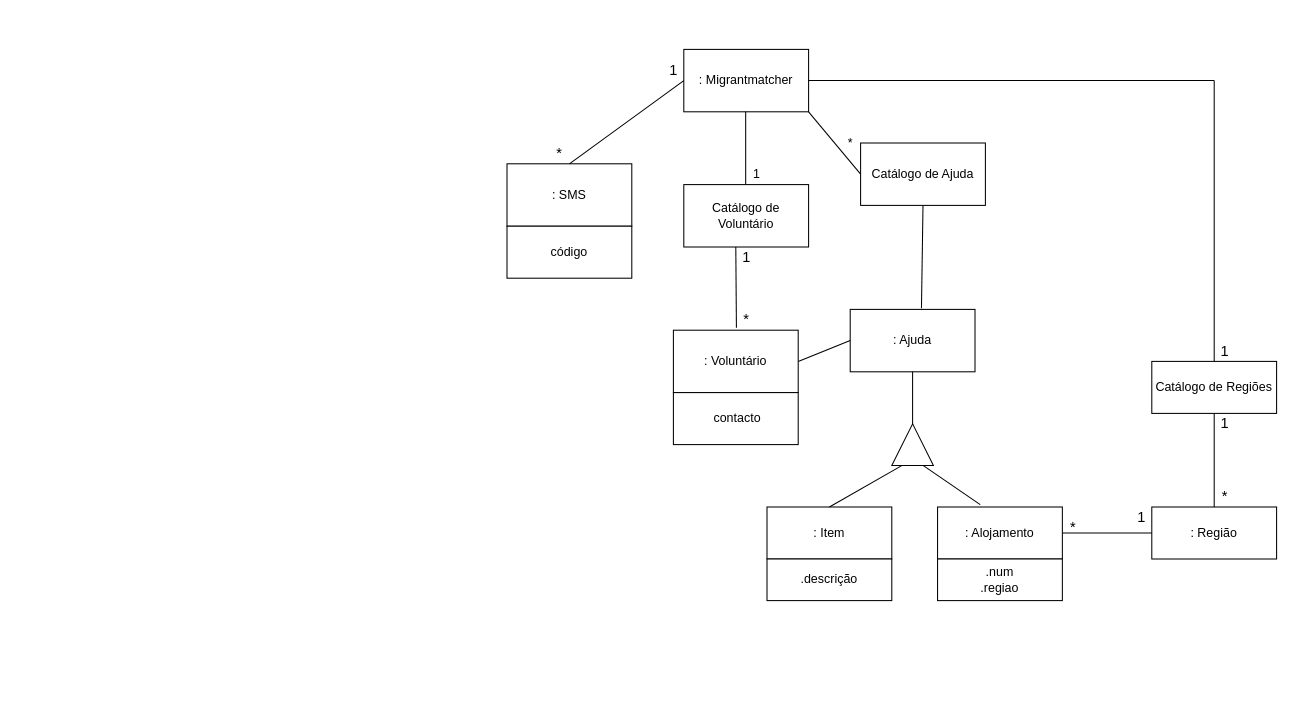
This is MMmodelodominio.drawio from RuiMartins05/DCO, a draw.io file, before an edit. Source tidied: cells renumbered, new cells numbered last; positions are measured from the earlier drawing's top-left corner, leaving out a move shared by most shapes. Both pictures are drawn from the tidied source at 104%, with x=0, y=0 at pixel (506, 49).
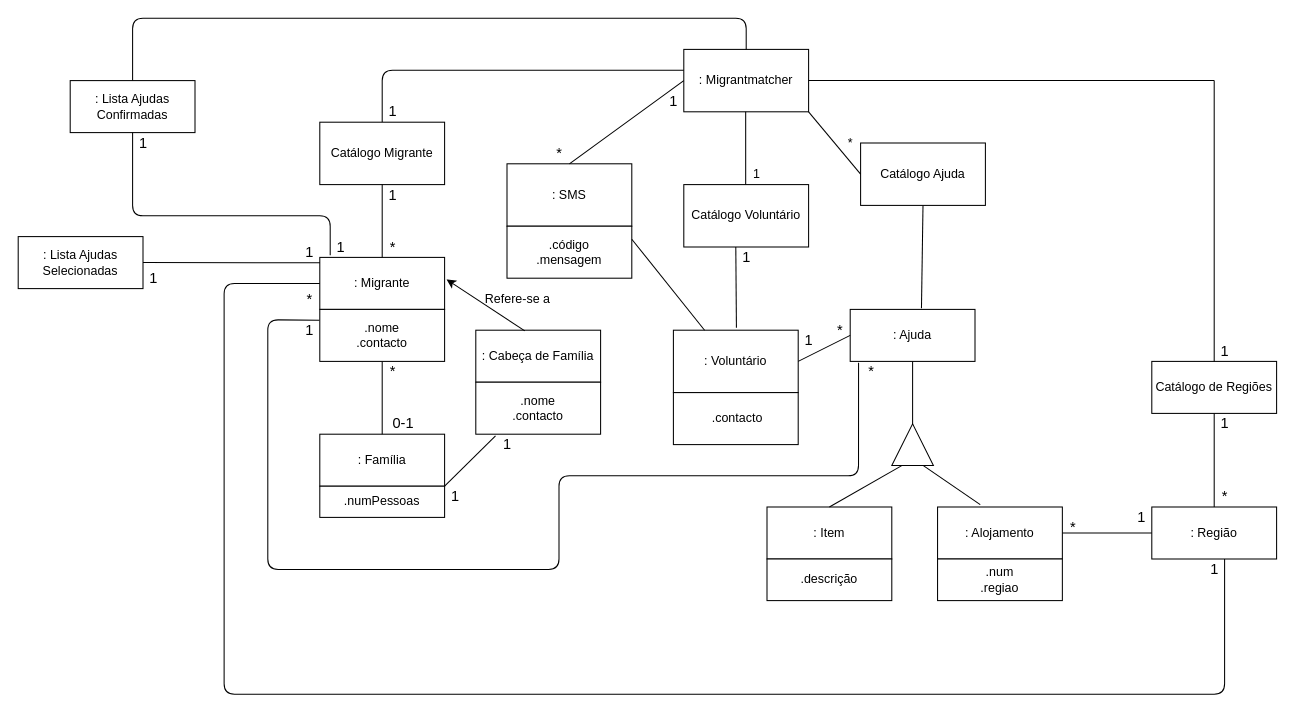
Above is the later version.

Unchanged cells that the change refers to:
```xml
<mxCell id="2" value=": Migrantmatcher" style="whiteSpace=wrap;html=1;" parent="1" vertex="1">
  <mxGeometry x="170" width="120" height="60" as="geometry" />
</mxCell>
<mxCell id="6" value=": Voluntário" style="whiteSpace=wrap;html=1;" parent="1" vertex="1">
  <mxGeometry x="160" y="270" width="120" height="60" as="geometry" />
</mxCell>
<mxCell id="16" value="Catálogo de Regiões" style="rounded=0;whiteSpace=wrap;html=1;" parent="1" vertex="1">
  <mxGeometry x="620" y="300" width="120" height="50" as="geometry" />
</mxCell>
```

Diff of the diagram source:
```diff
@@
-    <mxCell id="3" value="Catálogo de Voluntário" style="whiteSpace=wrap;html=1;" parent="1" vertex="1">
+    <mxCell id="3" value="Catálogo Voluntário" style="whiteSpace=wrap;html=1;" parent="1" vertex="1">
       <mxGeometry x="170" y="130" width="120" height="60" as="geometry" />
     </mxCell>
@@
     <mxCell id="7" value=": Ajuda" style="whiteSpace=wrap;html=1;" parent="1" vertex="1">
-      <mxGeometry x="330" y="250" width="120" height="60" as="geometry" />
+      <mxGeometry x="330" y="250" width="120" height="50" as="geometry" />
     </mxCell>
-    <mxCell id="8" value="&amp;nbsp;contacto" style="whiteSpace=wrap;html=1;" parent="1" vertex="1">
+    <mxCell id="8" value="&amp;nbsp;.contacto" style="whiteSpace=wrap;html=1;" parent="1" vertex="1">
       <mxGeometry x="160" y="330" width="120" height="50" as="geometry" />
     </mxCell>
@@
     <mxCell id="21" style="endArrow=none;html=1;exitX=0.5;exitY=0;exitDx=0;exitDy=0;" parent="1" edge="1" source="16">
       <mxGeometry relative="1" as="geometry">
         <mxPoint x="680" y="30" as="targetPoint" />
+        <Array as="points">
+          <mxPoint x="680" y="140" />
+        </Array>
       </mxGeometry>
     </mxCell>
@@
-    <mxCell id="25" value="código" style="whiteSpace=wrap;html=1;" parent="1" vertex="1">
+    <mxCell id="25" value=".código&lt;br&gt;.mensagem" style="whiteSpace=wrap;html=1;" parent="1" vertex="1">
       <mxGeometry y="170" width="120" height="50" as="geometry" />
     </mxCell>
@@
     <mxCell id="27" value="&lt;font style=&quot;font-size: 14px&quot;&gt;*&lt;/font&gt;" style="text;html=1;align=center;verticalAlign=middle;strokeColor=none;fillColor=none;" parent="1" vertex="1">
-      <mxGeometry x="220" y="250" width="20" height="20" as="geometry" />
+      <mxGeometry x="-120" y="300" width="20" height="20" as="geometry" />
     </mxCell>
@@
     <mxCell id="33" value="1" style="text;html=1;align=center;verticalAlign=middle;strokeColor=none;fillColor=none;fontSize=14;" parent="1" vertex="1">
-      <mxGeometry x="150" y="10" width="20" height="20" as="geometry" />
+      <mxGeometry x="150" y="40" width="20" height="20" as="geometry" />
     </mxCell>
@@
-    <mxCell id="36" value="Catálogo de Ajuda" style="rounded=0;whiteSpace=wrap;html=1;" parent="1" vertex="1">
+    <mxCell id="36" value="Catálogo Ajuda" style="rounded=0;whiteSpace=wrap;html=1;" parent="1" vertex="1">
       <mxGeometry x="340" y="90" width="120" height="60" as="geometry" />
     </mxCell>
@@
+    <mxCell id="41" style="endArrow=none;html=1;" parent="1" edge="1">
+      <mxGeometry relative="1" as="geometry">
+        <mxPoint x="-120" y="70" as="sourcePoint" />
+        <mxPoint x="170" y="20" as="targetPoint" />
+        <Array as="points">
+          <mxPoint x="-120" y="20" />
+        </Array>
+      </mxGeometry>
+    </mxCell>
+    <mxCell id="42" value="Catálogo Migrante" style="whiteSpace=wrap;html=1;" parent="1" vertex="1">
+      <mxGeometry x="-180" y="70" width="120" height="60" as="geometry" />
+    </mxCell>
+    <mxCell id="43" value=": Migrante" style="whiteSpace=wrap;html=1;" parent="1" vertex="1">
+      <mxGeometry x="-180" y="200" width="120" height="50" as="geometry" />
+    </mxCell>
+    <mxCell id="44" style="endArrow=none;html=1;exitX=0.5;exitY=0;exitDx=0;exitDy=0;entryX=0.5;entryY=1;entryDx=0;entryDy=0;" parent="1" edge="1" source="43" target="42">
+      <mxGeometry relative="1" as="geometry" />
+    </mxCell>
+    <mxCell id="45" value=".nome&lt;br&gt;.contacto" style="whiteSpace=wrap;html=1;" parent="1" vertex="1">
+      <mxGeometry x="-180" y="250" width="120" height="50" as="geometry" />
+    </mxCell>
+    <mxCell id="46" value=": Família" style="whiteSpace=wrap;html=1;" parent="1" vertex="1">
+      <mxGeometry x="-180" y="370" width="120" height="50" as="geometry" />
+    </mxCell>
+    <mxCell id="47" style="endArrow=none;html=1;entryX=0.5;entryY=1;entryDx=0;entryDy=0;exitX=0.5;exitY=0;exitDx=0;exitDy=0;" parent="1" edge="1" source="46" target="45">
+      <mxGeometry relative="1" as="geometry" />
+    </mxCell>
+    <mxCell id="48" value=".numPessoas" style="whiteSpace=wrap;html=1;" parent="1" vertex="1">
+      <mxGeometry x="-180" y="420" width="120" height="30" as="geometry" />
+    </mxCell>
+    <mxCell id="49" style="endArrow=none;html=1;exitX=0;exitY=0.5;exitDx=0;exitDy=0;" parent="1" edge="1" source="43">
+      <mxGeometry relative="1" as="geometry">
+        <mxPoint x="690" y="490" as="targetPoint" />
+        <Array as="points">
+          <mxPoint x="-272" y="225" />
+          <mxPoint x="-272" y="620" />
+          <mxPoint x="690" y="620" />
+        </Array>
+      </mxGeometry>
+    </mxCell>
+    <mxCell id="50" value="*" style="text;html=1;align=center;verticalAlign=middle;strokeColor=none;fillColor=none;fontSize=14;" parent="1" vertex="1">
+      <mxGeometry x="-120" y="180" width="20" height="20" as="geometry" />
+    </mxCell>
+    <mxCell id="51" value="1" style="text;html=1;align=center;verticalAlign=middle;strokeColor=none;fillColor=none;fontSize=14;" parent="1" vertex="1">
+      <mxGeometry x="-120" y="130" width="20" height="20" as="geometry" />
+    </mxCell>
+    <mxCell id="52" value="0-1" style="text;html=1;align=center;verticalAlign=middle;strokeColor=none;fillColor=none;fontSize=14;" parent="1" vertex="1">
+      <mxGeometry x="-120" y="350" width="40" height="20" as="geometry" />
+    </mxCell>
+    <mxCell id="53" value="1" style="text;html=1;align=center;verticalAlign=middle;strokeColor=none;fillColor=none;fontSize=14;" parent="1" vertex="1">
+      <mxGeometry x="-120" y="50" width="20" height="20" as="geometry" />
+    </mxCell>
+    <mxCell id="54" value=": Cabeça de Família" style="whiteSpace=wrap;html=1;" parent="1" vertex="1">
+      <mxGeometry x="-30" y="270" width="120" height="50" as="geometry" />
+    </mxCell>
+    <mxCell id="55" value=".nome&lt;br&gt;.contacto" style="whiteSpace=wrap;html=1;" parent="1" vertex="1">
+      <mxGeometry x="-30" y="320" width="120" height="50" as="geometry" />
+    </mxCell>
+    <mxCell id="56" value="Refere-se a" style="text;html=1;align=center;verticalAlign=middle;strokeColor=none;fillColor=none;" parent="1" vertex="1">
+      <mxGeometry x="-30" y="230" width="80" height="20" as="geometry" />
+    </mxCell>
+    <mxCell id="57" style="endArrow=classic;html=1;entryX=1.016;entryY=0.424;entryDx=0;entryDy=0;entryPerimeter=0;exitX=0.393;exitY=0.013;exitDx=0;exitDy=0;exitPerimeter=0;" parent="1" edge="1" source="54" target="43">
+      <mxGeometry relative="1" as="geometry" />
+    </mxCell>
+    <mxCell id="58" style="endArrow=none;html=1;entryX=0.158;entryY=1.03;entryDx=0;entryDy=0;exitX=1;exitY=0;exitDx=0;exitDy=0;entryPerimeter=0;" parent="1" edge="1" source="48" target="55">
+      <mxGeometry relative="1" as="geometry" />
+    </mxCell>
+    <mxCell id="59" value="1" style="text;html=1;align=center;verticalAlign=middle;strokeColor=none;fillColor=none;fontSize=14;" parent="1" vertex="1">
+      <mxGeometry x="-10" y="370" width="20" height="20" as="geometry" />
+    </mxCell>
+    <mxCell id="60" value="1" style="text;html=1;align=center;verticalAlign=middle;strokeColor=none;fillColor=none;fontSize=14;" parent="1" vertex="1">
+      <mxGeometry x="-60" y="420" width="20" height="20" as="geometry" />
+    </mxCell>
+    <mxCell id="61" value="1" style="text;html=1;align=center;verticalAlign=middle;strokeColor=none;fillColor=none;fontSize=14;" parent="1" vertex="1">
+      <mxGeometry x="670" y="490" width="20" height="20" as="geometry" />
+    </mxCell>
+    <mxCell id="62" value="*" style="text;html=1;align=center;verticalAlign=middle;strokeColor=none;fillColor=none;fontSize=14;" parent="1" vertex="1">
+      <mxGeometry x="-200" y="230" width="20" height="20" as="geometry" />
+    </mxCell>
+    <mxCell id="63" style="endArrow=none;html=1;entryX=0.067;entryY=1.027;entryDx=0;entryDy=0;entryPerimeter=0;exitX=-0.003;exitY=0.207;exitDx=0;exitDy=0;exitPerimeter=0;" parent="1" edge="1" source="45" target="7">
+      <mxGeometry relative="1" as="geometry">
+        <Array as="points">
+          <mxPoint x="-230" y="260" />
+          <mxPoint x="-230" y="500" />
+          <mxPoint x="50" y="500" />
+          <mxPoint x="50" y="410" />
+          <mxPoint x="338" y="410" />
+        </Array>
+      </mxGeometry>
+    </mxCell>
+    <mxCell id="64" value="1" style="text;html=1;align=center;verticalAlign=middle;strokeColor=none;fillColor=none;fontSize=14;" parent="1" vertex="1">
+      <mxGeometry x="-200" y="260" width="20" height="20" as="geometry" />
+    </mxCell>
+    <mxCell id="65" value="*" style="text;html=1;align=center;verticalAlign=middle;strokeColor=none;fillColor=none;fontSize=14;" parent="1" vertex="1">
+      <mxGeometry x="340" y="300" width="20" height="20" as="geometry" />
+    </mxCell>
+    <mxCell id="66" value="*" style="text;html=1;align=center;verticalAlign=middle;strokeColor=none;fillColor=none;fontSize=14;" parent="1" vertex="1">
+      <mxGeometry x="310" y="260" width="20" height="20" as="geometry" />
+    </mxCell>
+    <mxCell id="67" value="1" style="text;html=1;align=center;verticalAlign=middle;strokeColor=none;fillColor=none;fontSize=14;" parent="1" vertex="1">
+      <mxGeometry x="280" y="270" width="20" height="20" as="geometry" />
+    </mxCell>
+    <mxCell id="68" value=": Lista Ajudas Selecionadas" style="whiteSpace=wrap;html=1;" parent="1" vertex="1">
+      <mxGeometry x="-470" y="180" width="120" height="50" as="geometry" />
+    </mxCell>
+    <mxCell id="69" value=": Lista Ajudas Confirmadas" style="whiteSpace=wrap;html=1;" parent="1" vertex="1">
+      <mxGeometry x="-420" y="30" width="120" height="50" as="geometry" />
+    </mxCell>
+    <mxCell id="70" style="endArrow=none;html=1;entryX=0.5;entryY=1;entryDx=0;entryDy=0;" parent="1" edge="1" target="69">
+      <mxGeometry relative="1" as="geometry">
+        <mxPoint x="-170" y="198" as="sourcePoint" />
+        <Array as="points">
+          <mxPoint x="-170" y="160" />
+          <mxPoint x="-230" y="160" />
+          <mxPoint x="-360" y="160" />
+          <mxPoint x="-360" y="120" />
+        </Array>
+      </mxGeometry>
+    </mxCell>
+    <mxCell id="71" style="endArrow=none;html=1;exitX=0.5;exitY=0;exitDx=0;exitDy=0;entryX=0.5;entryY=0;entryDx=0;entryDy=0;" parent="1" edge="1" source="69" target="2">
+      <mxGeometry relative="1" as="geometry">
+        <Array as="points">
+          <mxPoint x="-360" y="-30" />
+          <mxPoint x="230" y="-30" />
+        </Array>
+      </mxGeometry>
+    </mxCell>
+    <mxCell id="72" value="1" style="text;html=1;align=center;verticalAlign=middle;strokeColor=none;fillColor=none;fontSize=14;" parent="1" vertex="1">
+      <mxGeometry x="-360" y="80" width="20" height="20" as="geometry" />
+    </mxCell>
+    <mxCell id="73" style="endArrow=none;html=1;exitX=0.001;exitY=0.102;exitDx=0;exitDy=0;entryX=1;entryY=0.5;entryDx=0;entryDy=0;exitPerimeter=0;" parent="1" edge="1" source="43" target="68">
+      <mxGeometry relative="1" as="geometry" />
+    </mxCell>
+    <mxCell id="74" value="1" style="text;html=1;align=center;verticalAlign=middle;strokeColor=none;fillColor=none;fontSize=14;" parent="1" vertex="1">
+      <mxGeometry x="-170" y="180" width="20" height="20" as="geometry" />
+    </mxCell>
+    <mxCell id="75" value="1" style="text;html=1;align=center;verticalAlign=middle;strokeColor=none;fillColor=none;fontSize=14;" parent="1" vertex="1">
+      <mxGeometry x="-200" y="185" width="20" height="20" as="geometry" />
+    </mxCell>
+    <mxCell id="76" value="1" style="text;html=1;align=center;verticalAlign=middle;strokeColor=none;fillColor=none;fontSize=14;" parent="1" vertex="1">
+      <mxGeometry x="-350" y="210" width="20" height="20" as="geometry" />
+    </mxCell>
+    <mxCell id="77" style="endArrow=none;html=1;exitX=0.25;exitY=0;exitDx=0;exitDy=0;entryX=1;entryY=0.25;entryDx=0;entryDy=0;" parent="1" edge="1" source="6" target="25">
+      <mxGeometry relative="1" as="geometry" />
+    </mxCell>
```
